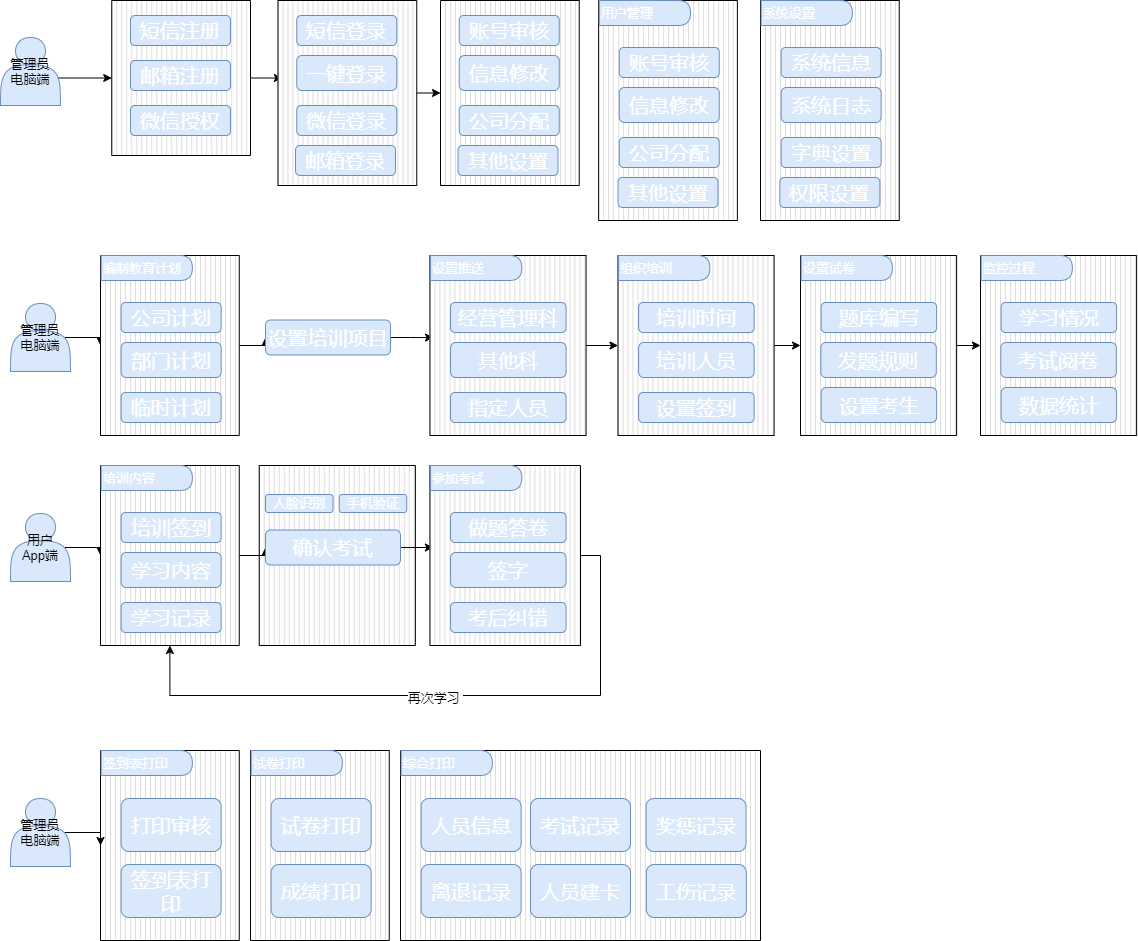
Before: Untitled Diagram.drawio.png, a diagram exported from draw.io (lenonjone/Toolkits). Source tidied: cells renumbered, new cells last; positions are measured from the earlier drawing's top-left corner, leaving out a move shared by most shapes.
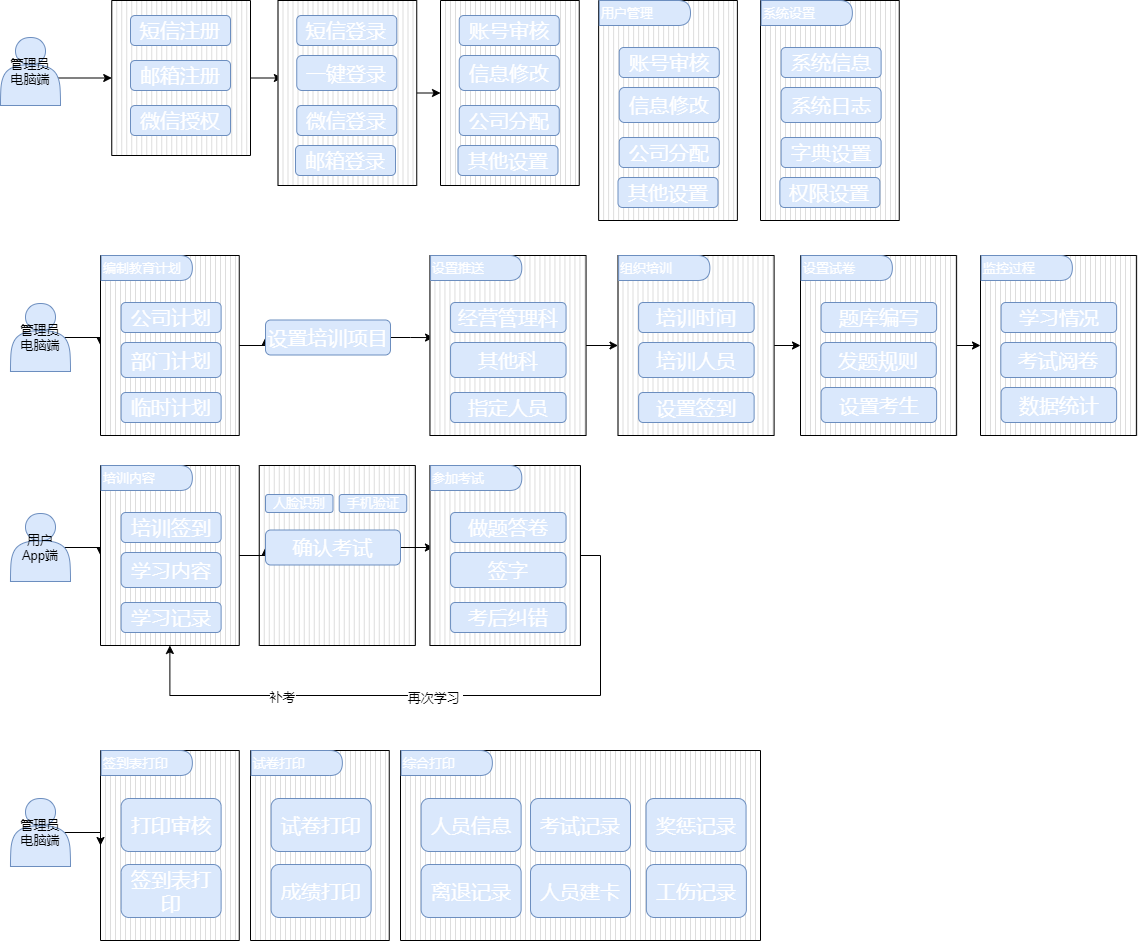
Above is the later version.

The edit, as a diff of the source:
```diff
@@ -223,6 +223,9 @@
     <mxCell id="72" value="&lt;font color=&quot;#000000&quot;&gt;再次学习&lt;/font&gt;t" style="edgeLabel;html=1;align=center;verticalAlign=middle;fontSize=13;fontColor=#FFFFFF;" parent="71" vertex="1">
       <mxGeometry x="0.02" y="2" relative="1" as="geometry" />
     </mxCell>
+    <mxCell id="103" value="补考" style="edgeLabel;html=1;align=center;verticalAlign=middle;fontSize=13;fontColor=#000000;" parent="71" vertex="1">
+      <mxGeometry x="0.5" y="1" relative="1" as="geometry" />
+    </mxCell>
     <mxCell id="73" style="verticalLabelPosition=bottom;verticalAlign=top;html=1;shape=mxgraph.basic.patternFillRect;fillStyle=vert;step=5;fillStrokeWidth=0.2;fillStrokeColor=#dddddd;fontSize=13;fontColor=#FFFFFF;" parent="1" vertex="1">
       <mxGeometry x="429.4" y="465" width="150.6" height="180" as="geometry" />
     </mxCell>
```
